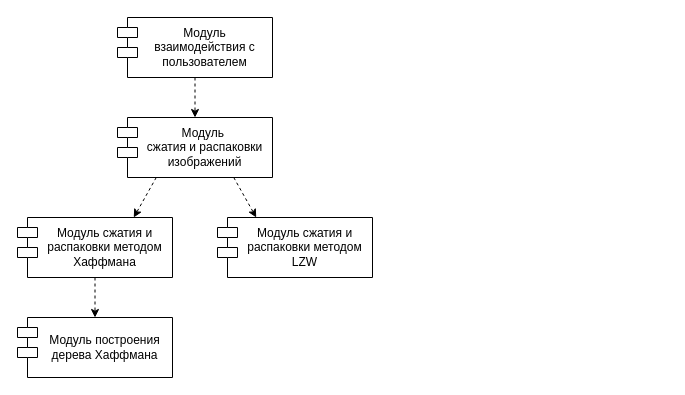
Before: docs/schemes/uml.drawio in kovkir/bmstu-magistracy-diploma, a draw.io diagram. Source tidied: cells renumbered, new cells numbered last; positions are measured from the earlier drawing's top-left corner, leaving out a move shared by most shapes. Both pictures are drawn from the tidied source at 100%, with x=0, y=0 at pixel (17, 17).
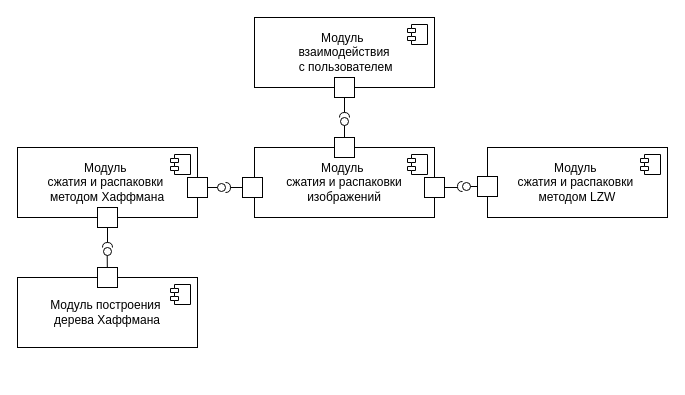
After the change.

Diff of the diagram source:
```diff
@@
-    <mxCell id="2" style="edgeStyle=none;html=1;exitX=0.25;exitY=1;exitDx=0;exitDy=0;dashed=1;entryX=0.75;entryY=0;entryDx=0;entryDy=0;" parent="1" edge="1" source="3" target="8">
-      <mxGeometry relative="1" as="geometry" />
-    </mxCell>
+    <mxCell id="6" value="&lt;span&gt;&lt;font style=&quot;color: rgb(0, 0, 0);&quot;&gt;Модуль построения&amp;nbsp;&lt;/font&gt;&lt;/span&gt;&lt;div&gt;&lt;span style=&quot;color: rgb(63, 63, 63);&quot;&gt;&lt;font style=&quot;color: rgb(0, 0, 0);&quot;&gt;дерева Хаффмана&lt;/font&gt;&lt;/span&gt;&lt;/div&gt;" style="html=1;whiteSpace=wrap;" parent="1" vertex="1">
+      <mxGeometry y="260" width="180" height="70" as="geometry" />
+    </mxCell>
+    <mxCell id="11" style="shape=module;jettyWidth=8;jettyHeight=4;" parent="6" vertex="1">
+      <mxGeometry x="1" width="20" height="20" relative="1" as="geometry">
+        <mxPoint x="-27" y="7" as="offset" />
+      </mxGeometry>
+    </mxCell>
+    <mxCell id="9" value="&lt;span&gt;&lt;font style=&quot;color: rgb(0, 0, 0);&quot;&gt;Модуль&amp;nbsp;&lt;/font&gt;&lt;/span&gt;&lt;div&gt;&lt;span style=&quot;color: rgb(63, 63, 63);&quot;&gt;&lt;font style=&quot;color: rgb(0, 0, 0);&quot;&gt;сжатия и распаковки&amp;nbsp;&lt;/font&gt;&lt;/span&gt;&lt;/div&gt;&lt;div&gt;&lt;span style=&quot;color: rgb(63, 63, 63);&quot;&gt;&lt;font style=&quot;color: rgb(0, 0, 0);&quot;&gt;методом LZW&lt;/font&gt;&lt;/span&gt;&lt;/div&gt;" style="html=1;whiteSpace=wrap;" parent="1" vertex="1">
+      <mxGeometry x="470" y="130" width="180" height="70" as="geometry" />
+    </mxCell>
+    <mxCell id="12" style="shape=module;jettyWidth=8;jettyHeight=4;" parent="9" vertex="1">
+      <mxGeometry x="1" width="20" height="20" relative="1" as="geometry">
+        <mxPoint x="-27" y="7" as="offset" />
+      </mxGeometry>
+    </mxCell>
-    <mxCell id="3" value="&lt;div style=&quot;&quot;&gt;&lt;span style=&quot;background-color: transparent;&quot;&gt;Модуль&amp;nbsp;&lt;/span&gt;&lt;/div&gt;&lt;div style=&quot;&quot;&gt;&lt;span style=&quot;background-color: transparent;&quot;&gt;сжатия и распаковки изображений&lt;/span&gt;&lt;/div&gt;" style="shape=module;align=center;spacingLeft=20;align=center;verticalAlign=middle;whiteSpace=wrap;html=1;" parent="1" vertex="1">
-      <mxGeometry x="100" y="100" width="155" height="60" as="geometry" />
+    <mxCell id="3" value="&lt;div&gt;&lt;span style=&quot;background-color: transparent;&quot;&gt;&lt;font style=&quot;color: rgb(0, 0, 0);&quot;&gt;Модуль&amp;nbsp;&lt;/font&gt;&lt;/span&gt;&lt;/div&gt;&lt;div&gt;&lt;font&gt;&lt;span style=&quot;color: light-dark(rgb(0, 0, 0), rgb(237, 237, 237)); background-color: transparent;&quot;&gt;сжатия и&amp;nbsp;&lt;/span&gt;&lt;span style=&quot;background-color: transparent;&quot;&gt;&lt;font style=&quot;color: rgb(0, 0, 0);&quot;&gt;распаковки изображений&lt;/font&gt;&lt;/span&gt;&lt;/font&gt;&lt;/div&gt;" style="html=1;whiteSpace=wrap;" parent="1" vertex="1">
+      <mxGeometry x="237" y="130" width="180" height="70" as="geometry" />
     </mxCell>
-    <mxCell id="4" style="edgeStyle=none;html=1;exitX=0.5;exitY=1;exitDx=0;exitDy=0;dashed=1;" parent="1" edge="1" source="5" target="3">
-      <mxGeometry relative="1" as="geometry" />
-    </mxCell>
+    <mxCell id="13" style="shape=module;jettyWidth=8;jettyHeight=4;" parent="3" vertex="1">
+      <mxGeometry x="1" width="20" height="20" relative="1" as="geometry">
+        <mxPoint x="-27" y="7" as="offset" />
+      </mxGeometry>
+    </mxCell>
-    <mxCell id="5" value="&lt;div style=&quot;&quot;&gt;&lt;span style=&quot;background-color: transparent;&quot;&gt;Модуль взаимодействия с пользователем&lt;/span&gt;&lt;/div&gt;" style="shape=module;align=center;spacingLeft=20;align=center;verticalAlign=middle;whiteSpace=wrap;html=1;" parent="1" vertex="1">
-      <mxGeometry x="100" width="155" height="60" as="geometry" />
+    <mxCell id="5" value="&lt;span&gt;&lt;font style=&quot;color: rgb(0, 0, 0);&quot;&gt;Модуль&amp;nbsp;&lt;/font&gt;&lt;/span&gt;&lt;div&gt;&lt;span style=&quot;color: rgb(63, 63, 63);&quot;&gt;&lt;font style=&quot;color: rgb(0, 0, 0);&quot;&gt;взаимодействия&lt;/font&gt;&lt;/span&gt;&lt;div&gt;&lt;span style=&quot;color: rgb(63, 63, 63);&quot;&gt;&lt;font style=&quot;color: rgb(0, 0, 0);&quot;&gt;&amp;nbsp;с пользователем&lt;/font&gt;&lt;/span&gt;&lt;/div&gt;&lt;/div&gt;" style="html=1;whiteSpace=wrap;" parent="1" vertex="1">
+      <mxGeometry x="237" width="180" height="70" as="geometry" />
     </mxCell>
-    <mxCell id="6" value="&lt;div style=&quot;&quot;&gt;&lt;span style=&quot;background-color: transparent;&quot;&gt;Модуль построения дерева Хаффмана&lt;/span&gt;&lt;/div&gt;" style="shape=module;align=center;spacingLeft=20;align=center;verticalAlign=middle;whiteSpace=wrap;html=1;" parent="1" vertex="1">
-      <mxGeometry y="300" width="155" height="60" as="geometry" />
-    </mxCell>
-    <mxCell id="7" style="edgeStyle=none;html=1;exitX=0.5;exitY=1;exitDx=0;exitDy=0;dashed=1;" parent="1" edge="1" source="8" target="6">
-      <mxGeometry relative="1" as="geometry" />
-    </mxCell>
+    <mxCell id="14" style="shape=module;jettyWidth=8;jettyHeight=4;" parent="5" vertex="1">
+      <mxGeometry x="1" width="20" height="20" relative="1" as="geometry">
+        <mxPoint x="-27" y="7" as="offset" />
+      </mxGeometry>
+    </mxCell>
-    <mxCell id="8" value="&lt;div style=&quot;&quot;&gt;&lt;span style=&quot;background-color: transparent;&quot;&gt;Модуль сжатия и распаковки методом Хаффмана&lt;/span&gt;&lt;/div&gt;" style="shape=module;align=center;spacingLeft=20;align=center;verticalAlign=middle;whiteSpace=wrap;html=1;" parent="1" vertex="1">
-      <mxGeometry y="200" width="155" height="60" as="geometry" />
+    <mxCell id="8" value="&lt;span&gt;&lt;font style=&quot;color: rgb(0, 0, 0);&quot;&gt;Модуль&amp;nbsp;&lt;/font&gt;&lt;/span&gt;&lt;div&gt;&lt;font&gt;&lt;span style=&quot;color: rgb(63, 63, 63);&quot;&gt;&lt;font style=&quot;color: rgb(0, 0, 0);&quot;&gt;сжатия и&lt;/font&gt;&lt;/span&gt;&lt;span style=&quot;color: rgb(63, 63, 63);&quot;&gt;&amp;nbsp;&lt;/span&gt;&lt;span style=&quot;background-color: transparent;&quot;&gt;&lt;font style=&quot;color: rgb(0, 0, 0);&quot;&gt;распаковки&amp;nbsp;&lt;/font&gt;&lt;/span&gt;&lt;/font&gt;&lt;/div&gt;&lt;div&gt;&lt;span style=&quot;background-color: transparent;&quot;&gt;&lt;font style=&quot;color: rgb(0, 0, 0);&quot;&gt;методом Хаффмана&lt;/font&gt;&lt;/span&gt;&lt;/div&gt;" style="html=1;whiteSpace=wrap;" parent="1" vertex="1">
+      <mxGeometry y="130" width="180" height="70" as="geometry" />
     </mxCell>
-    <mxCell id="9" value="&lt;div style=&quot;&quot;&gt;&lt;span style=&quot;background-color: transparent;&quot;&gt;Модуль сжатия и распаковки методом LZW&lt;/span&gt;&lt;/div&gt;" style="shape=module;align=center;spacingLeft=20;align=center;verticalAlign=middle;whiteSpace=wrap;html=1;" parent="1" vertex="1">
-      <mxGeometry x="200" y="200" width="155" height="60" as="geometry" />
-    </mxCell>
-    <mxCell id="10" style="edgeStyle=none;html=1;exitX=0.75;exitY=1;exitDx=0;exitDy=0;entryX=0.25;entryY=0;entryDx=0;entryDy=0;dashed=1;" parent="1" edge="1" source="3" target="9">
-      <mxGeometry relative="1" as="geometry" />
-    </mxCell>
+    <mxCell id="15" style="shape=module;jettyWidth=8;jettyHeight=4;" parent="8" vertex="1">
+      <mxGeometry x="1" width="20" height="20" relative="1" as="geometry">
+        <mxPoint x="-27" y="7" as="offset" />
+      </mxGeometry>
+    </mxCell>
+    <mxCell id="16" style="html=1;rounded=0;" parent="1" vertex="1">
+      <mxGeometry x="317" y="60" width="20" height="20" as="geometry" />
+    </mxCell>
+    <mxCell id="17" style="endArrow=none;html=1;rounded=0;align=center;verticalAlign=top;endFill=0;labelBackgroundColor=none;endSize=2;exitX=0.5;exitY=0;exitDx=0;exitDy=0;" parent="1" edge="1" source="19" target="18">
+      <mxGeometry relative="1" as="geometry" />
+    </mxCell>
+    <mxCell id="18" style="ellipse;html=1;fontSize=11;align=center;fillColor=none;points=[];verticalAlign=bottom;labelPosition=center;verticalLabelPosition=top;flipH=1;" parent="1" vertex="1">
+      <mxGeometry x="323" y="100" width="8" height="8" as="geometry" />
+    </mxCell>
+    <mxCell id="19" style="html=1;rounded=0;" parent="1" vertex="1">
+      <mxGeometry x="317" y="120" width="20" height="20" as="geometry" />
+    </mxCell>
+    <mxCell id="20" style="endArrow=none;html=1;rounded=0;align=center;verticalAlign=top;endFill=0;labelBackgroundColor=none;endSize=2;exitX=0.5;exitY=1;exitDx=0;exitDy=0;" parent="1" edge="1" source="16" target="21">
+      <mxGeometry relative="1" as="geometry" />
+    </mxCell>
+    <mxCell id="21" style="shape=requiredInterface;html=1;fontSize=11;align=center;fillColor=none;points=[];verticalAlign=bottom;labelPosition=center;verticalLabelPosition=top;flipH=1;direction=north;" parent="1" vertex="1">
+      <mxGeometry x="322" y="95" width="10" height="5" as="geometry" />
+    </mxCell>
+    <mxCell id="22" style="html=1;rounded=0;" parent="1" vertex="1">
+      <mxGeometry x="170" y="160" width="20" height="20" as="geometry" />
+    </mxCell>
+    <mxCell id="23" style="endArrow=none;html=1;rounded=0;align=center;verticalAlign=top;endFill=0;labelBackgroundColor=none;endSize=2;" parent="1" edge="1" source="22" target="24">
+      <mxGeometry relative="1" as="geometry" />
+    </mxCell>
+    <mxCell id="24" style="ellipse;html=1;fontSize=11;align=center;fillColor=none;points=[];verticalAlign=bottom;labelPosition=center;verticalLabelPosition=top;flipH=1;" parent="1" vertex="1">
+      <mxGeometry x="200" y="166" width="8" height="8" as="geometry" />
+    </mxCell>
+    <mxCell id="25" style="html=1;rounded=0;" parent="1" vertex="1">
+      <mxGeometry x="225" y="160" width="20" height="20" as="geometry" />
+    </mxCell>
+    <mxCell id="26" style="endArrow=none;html=1;rounded=0;align=center;verticalAlign=top;endFill=0;labelBackgroundColor=none;endSize=2;" parent="1" edge="1" source="25" target="27">
+      <mxGeometry relative="1" as="geometry" />
+    </mxCell>
+    <mxCell id="27" style="shape=requiredInterface;html=1;fontSize=11;align=center;fillColor=none;points=[];verticalAlign=bottom;labelPosition=center;verticalLabelPosition=top;flipH=1;direction=west;" parent="1" vertex="1">
+      <mxGeometry x="208" y="165" width="5" height="10" as="geometry" />
+    </mxCell>
+    <mxCell id="28" style="html=1;rounded=0;" parent="1" vertex="1">
+      <mxGeometry x="407" y="160" width="20" height="20" as="geometry" />
+    </mxCell>
+    <mxCell id="29" style="endArrow=none;html=1;rounded=0;align=center;verticalAlign=top;endFill=0;labelBackgroundColor=none;endSize=2;exitX=1;exitY=0.5;exitDx=0;exitDy=0;" parent="1" edge="1" source="28">
+      <mxGeometry relative="1" as="geometry">
+        <mxPoint x="440" y="170" as="targetPoint" />
+      </mxGeometry>
+    </mxCell>
+    <mxCell id="30" style="shape=requiredInterface;html=1;fontSize=11;align=center;fillColor=none;verticalAlign=bottom;labelPosition=center;verticalLabelPosition=top;flipH=1;direction=east;" parent="1" vertex="1">
+      <mxGeometry x="440" y="164" width="5" height="10" as="geometry" />
+    </mxCell>
+    <mxCell id="31" style="endArrow=none;html=1;rounded=0;align=center;verticalAlign=top;endFill=0;labelBackgroundColor=none;endSize=2;exitX=0;exitY=0.5;exitDx=0;exitDy=0;" parent="1" edge="1" source="33" target="32">
+      <mxGeometry relative="1" as="geometry" />
+    </mxCell>
+    <mxCell id="32" style="ellipse;html=1;fontSize=11;align=center;fillColor=none;points=[];verticalAlign=bottom;labelPosition=center;verticalLabelPosition=top;flipH=1;" parent="1" vertex="1">
+      <mxGeometry x="445" y="165" width="8" height="8" as="geometry" />
+    </mxCell>
+    <mxCell id="33" style="html=1;rounded=0;" parent="1" vertex="1">
+      <mxGeometry x="460" y="159" width="20" height="20" as="geometry" />
+    </mxCell>
+    <mxCell id="34" style="html=1;rounded=0;" parent="1" vertex="1">
+      <mxGeometry x="80" y="190" width="20" height="20" as="geometry" />
+    </mxCell>
+    <mxCell id="35" style="endArrow=none;html=1;rounded=0;align=center;verticalAlign=top;endFill=0;labelBackgroundColor=none;endSize=2;exitX=0.491;exitY=0.001;exitDx=0;exitDy=0;entryX=0.536;entryY=0.979;entryDx=0;entryDy=0;entryPerimeter=0;exitPerimeter=0;" parent="1" edge="1" source="37" target="36">
+      <mxGeometry relative="1" as="geometry" />
+    </mxCell>
+    <mxCell id="36" style="ellipse;html=1;fontSize=11;align=center;fillColor=none;points=[];verticalAlign=bottom;labelPosition=center;verticalLabelPosition=top;flipH=1;" parent="1" vertex="1">
+      <mxGeometry x="86" y="230" width="8" height="8" as="geometry" />
+    </mxCell>
+    <mxCell id="37" style="html=1;rounded=0;" parent="1" vertex="1">
+      <mxGeometry x="80" y="250" width="20" height="20" as="geometry" />
+    </mxCell>
+    <mxCell id="38" style="endArrow=none;html=1;rounded=0;align=center;verticalAlign=top;endFill=0;labelBackgroundColor=none;endSize=2;exitX=0.5;exitY=1;exitDx=0;exitDy=0;" parent="1" edge="1" source="34" target="39">
+      <mxGeometry relative="1" as="geometry" />
+    </mxCell>
+    <mxCell id="39" style="shape=requiredInterface;html=1;fontSize=11;align=center;fillColor=none;points=[];verticalAlign=bottom;labelPosition=center;verticalLabelPosition=top;flipH=1;direction=north;" parent="1" vertex="1">
+      <mxGeometry x="85" y="225" width="10" height="5" as="geometry" />
+    </mxCell>
```
